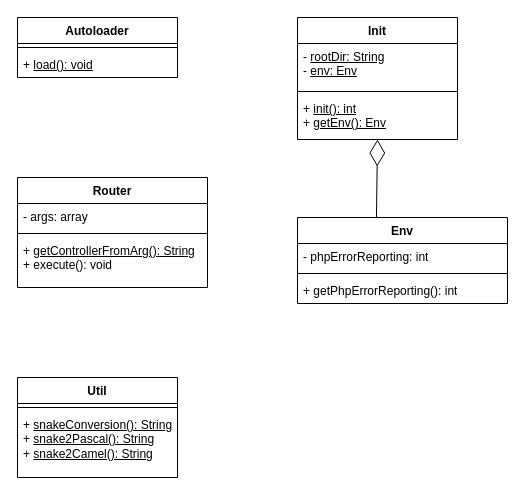
Before: UML/Core.drawio in Alexandre-SBEGHEN/BUT-S3.01-CYBER-Cigales, a draw.io diagram. Source tidied: cells renumbered, new cells numbered last; positions are measured from the earlier drawing's top-left corner, leaving out a move shared by most shapes. Both pictures are drawn from the tidied source at 100%, with x=0, y=0 at pixel (17, 17).
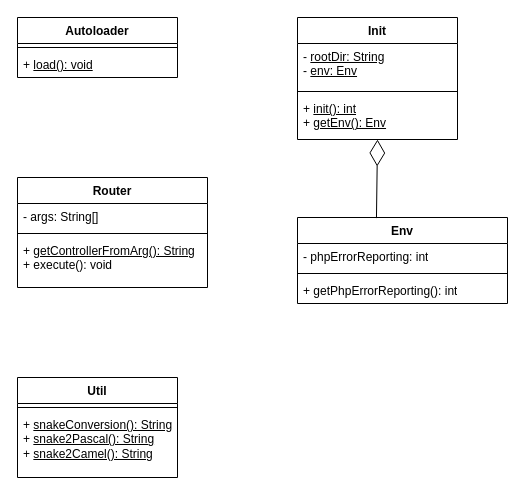
After the change.

Commit message:
fix(UML): correction du type array de la propriété

The change refers to these unchanged cells:
```xml
<mxCell id="13" value="Router" style="swimlane;fontStyle=1;align=center;verticalAlign=top;horizontal=1;startSize=26;whiteSpace=wrap;html=1;" parent="1" vertex="1">
  <mxGeometry y="160" width="190" height="110" as="geometry" />
</mxCell>
```

The edit, as a diff of the source:
```diff
@@
-    <mxCell id="14" value="- args: array" style="text;strokeColor=none;fillColor=none;align=left;verticalAlign=top;spacingLeft=4;spacingRight=4;overflow=hidden;whiteSpace=wrap;html=1;" parent="13" vertex="1">
+    <mxCell id="14" value="- args: String[]" style="text;strokeColor=none;fillColor=none;align=left;verticalAlign=top;spacingLeft=4;spacingRight=4;overflow=hidden;whiteSpace=wrap;html=1;" parent="13" vertex="1">
       <mxGeometry y="26" width="190" height="26" as="geometry" />
     </mxCell>
```
